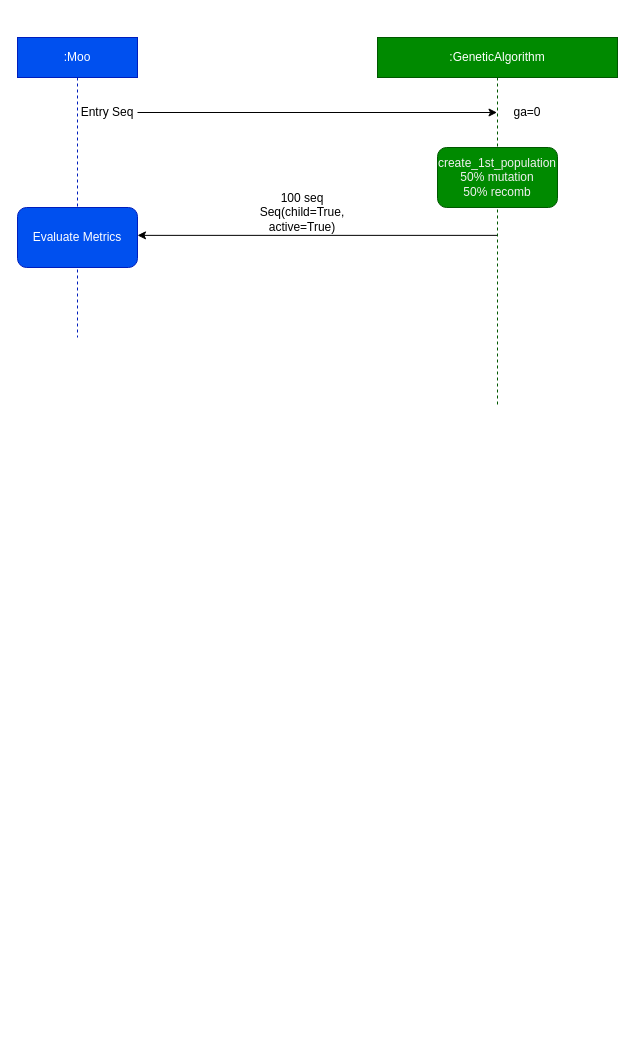
Earlier version of the draw.io diagram docs/algorithm_flow.dio (AlbertCS/multiObjectiveOptimizationDesign). Source tidied: cells renumbered, new cells numbered last; positions are measured from the earlier drawing's top-left corner, leaving out a move shared by most shapes. Both pictures are drawn from the tidied source at 100%, with x=0, y=0 at pixel (17, 37).
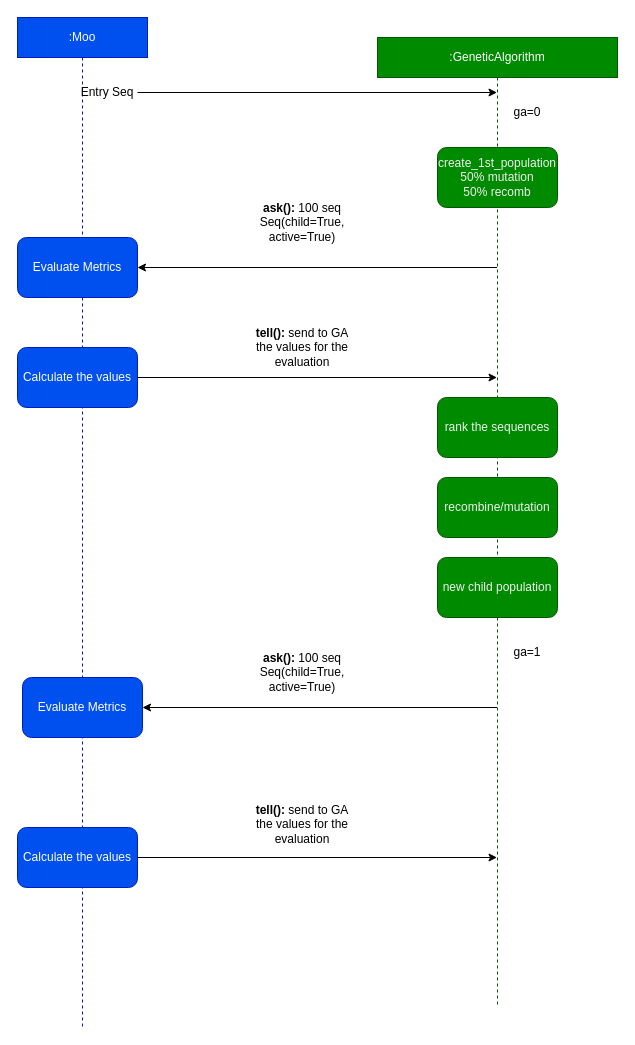
The same diagram, later.

Commit message (it also covers changes not shown here):
Updated GA and MOO: + Added optimizers module for including GA + First iteration of the moo + Updated the flow algorithm

The edit, as a diff of the source:
```diff
@@
-    <mxCell id="2" style="edgeStyle=none;html=1;" parent="1" edge="1" source="3" target="8">
-      <mxGeometry relative="1" as="geometry" />
-    </mxCell>
     <mxCell id="3" value=":GeneticAlgorithm" style="shape=umlLifeline;perimeter=lifelinePerimeter;whiteSpace=wrap;html=1;outlineConnect=0;fillColor=#008a00;fontColor=#ffffff;strokeColor=#005700;" parent="1" vertex="1">
-      <mxGeometry x="360" width="240" height="370" as="geometry" />
+      <mxGeometry x="360" width="240" height="970" as="geometry" />
     </mxCell>
@@
+    <mxCell id="11" value="&lt;span style=&quot;color: rgb(240, 240, 240); font-family: Helvetica; font-size: 12px; font-style: normal; font-variant-ligatures: normal; font-variant-caps: normal; font-weight: 400; letter-spacing: normal; orphans: 2; text-align: center; text-indent: 0px; text-transform: none; widows: 2; word-spacing: 0px; -webkit-text-stroke-width: 0px; text-decoration-thickness: initial; text-decoration-style: initial; text-decoration-color: initial; float: none; display: inline !important;&quot;&gt;rank the sequences&lt;/span&gt;" style="rounded=1;whiteSpace=wrap;html=1;fillColor=#008a00;fontColor=#ffffff;strokeColor=#005700;" parent="3" vertex="1">
+      <mxGeometry x="60" y="360" width="120" height="60" as="geometry" />
+    </mxCell>
+    <mxCell id="12" value="&lt;span style=&quot;color: rgb(240, 240, 240); font-family: Helvetica; font-size: 12px; font-style: normal; font-variant-ligatures: normal; font-variant-caps: normal; font-weight: 400; letter-spacing: normal; orphans: 2; text-align: center; text-indent: 0px; text-transform: none; widows: 2; word-spacing: 0px; -webkit-text-stroke-width: 0px; text-decoration-thickness: initial; text-decoration-style: initial; text-decoration-color: initial; float: none; display: inline !important;&quot;&gt;recombine/mutation&lt;/span&gt;" style="rounded=1;whiteSpace=wrap;html=1;fillColor=#008a00;fontColor=#ffffff;strokeColor=#005700;" parent="3" vertex="1">
+      <mxGeometry x="60" y="440" width="120" height="60" as="geometry" />
+    </mxCell>
+    <mxCell id="13" value="&lt;span style=&quot;color: rgb(240, 240, 240); font-family: Helvetica; font-size: 12px; font-style: normal; font-variant-ligatures: normal; font-variant-caps: normal; font-weight: 400; letter-spacing: normal; orphans: 2; text-align: center; text-indent: 0px; text-transform: none; widows: 2; word-spacing: 0px; -webkit-text-stroke-width: 0px; text-decoration-thickness: initial; text-decoration-style: initial; text-decoration-color: initial; float: none; display: inline !important;&quot;&gt;new child population&lt;/span&gt;" style="rounded=1;whiteSpace=wrap;html=1;fillColor=#008a00;fontColor=#ffffff;strokeColor=#005700;" parent="3" vertex="1">
+      <mxGeometry x="60" y="520" width="120" height="60" as="geometry" />
+    </mxCell>
+    <mxCell id="14" value="ga=1" style="text;html=1;strokeColor=none;fillColor=none;align=center;verticalAlign=middle;whiteSpace=wrap;rounded=0;" parent="3" vertex="1">
+      <mxGeometry x="120" y="600" width="60" height="30" as="geometry" />
+    </mxCell>
     <mxCell id="6" value=":Moo" style="shape=umlLifeline;perimeter=lifelinePerimeter;whiteSpace=wrap;html=1;fillColor=#0050ef;fontColor=#ffffff;strokeColor=#001DBC;" parent="1" vertex="1">
-      <mxGeometry width="120" height="300" as="geometry" />
+      <mxGeometry y="-20" width="130" height="1010" as="geometry" />
     </mxCell>
@@
     <mxCell id="8" value="Evaluate Metrics" style="rounded=1;whiteSpace=wrap;html=1;fillColor=#0050ef;fontColor=#ffffff;strokeColor=#001DBC;" parent="6" vertex="1">
-      <mxGeometry y="170" width="120" height="60" as="geometry" />
+      <mxGeometry y="220" width="120" height="60" as="geometry" />
     </mxCell>
+    <mxCell id="15" value="Calculate the values" style="rounded=1;whiteSpace=wrap;html=1;fillColor=#0050ef;fontColor=#ffffff;strokeColor=#001DBC;" parent="6" vertex="1">
+      <mxGeometry y="330" width="120" height="60" as="geometry" />
+    </mxCell>
+    <mxCell id="16" value="Evaluate Metrics" style="rounded=1;whiteSpace=wrap;html=1;fillColor=#0050ef;fontColor=#ffffff;strokeColor=#001DBC;" parent="6" vertex="1">
+      <mxGeometry x="5" y="660" width="120" height="60" as="geometry" />
+    </mxCell>
+    <mxCell id="17" value="Calculate the values" style="rounded=1;whiteSpace=wrap;html=1;fillColor=#0050ef;fontColor=#ffffff;strokeColor=#001DBC;" parent="6" vertex="1">
+      <mxGeometry y="810" width="120" height="60" as="geometry" />
+    </mxCell>
@@
-    <mxCell id="10" value="100 seq&lt;br&gt;Seq(child=True, active=True)" style="text;html=1;strokeColor=none;fillColor=none;align=center;verticalAlign=middle;whiteSpace=wrap;rounded=0;" parent="1" vertex="1">
-      <mxGeometry x="230" y="150" width="110" height="50" as="geometry" />
+    <mxCell id="10" value="&lt;b&gt;ask():&amp;nbsp;&lt;/b&gt;100 seq&lt;br&gt;Seq(child=True, active=True)" style="text;html=1;strokeColor=none;fillColor=none;align=center;verticalAlign=middle;whiteSpace=wrap;rounded=0;" parent="1" vertex="1">
+      <mxGeometry x="230" y="160" width="110" height="50" as="geometry" />
     </mxCell>
+    <mxCell id="18" style="edgeStyle=none;html=1;" parent="1" edge="1" source="15" target="3">
+      <mxGeometry relative="1" as="geometry" />
+    </mxCell>
+    <mxCell id="19" value="&lt;b&gt;tell():&lt;/b&gt;&amp;nbsp;send to GA the values for the evaluation" style="text;html=1;strokeColor=none;fillColor=none;align=center;verticalAlign=middle;whiteSpace=wrap;rounded=0;" parent="1" vertex="1">
+      <mxGeometry x="230" y="290" width="110" height="40" as="geometry" />
+    </mxCell>
+    <mxCell id="20" value="&lt;b&gt;ask():&amp;nbsp;&lt;/b&gt;100 seq&lt;br&gt;Seq(child=True, active=True)" style="text;html=1;strokeColor=none;fillColor=none;align=center;verticalAlign=middle;whiteSpace=wrap;rounded=0;" parent="1" vertex="1">
+      <mxGeometry x="230" y="610" width="110" height="50" as="geometry" />
+    </mxCell>
+    <mxCell id="21" style="endArrow=classic;html=1;entryX=1;entryY=0.5;entryDx=0;entryDy=0;" parent="1" edge="1" source="3" target="16">
+      <mxGeometry relative="1" as="geometry" />
+    </mxCell>
+    <mxCell id="2" style="endArrow=classic;html=1;entryX=1;entryY=0.5;entryDx=0;entryDy=0;" parent="1" edge="1" source="3" target="8">
+      <mxGeometry relative="1" as="geometry" />
+    </mxCell>
+    <mxCell id="22" value="&lt;b&gt;tell():&lt;/b&gt;&amp;nbsp;send to GA the values for the evaluation" style="text;html=1;strokeColor=none;fillColor=none;align=center;verticalAlign=middle;whiteSpace=wrap;rounded=0;" parent="1" vertex="1">
+      <mxGeometry x="230" y="767" width="110" height="40" as="geometry" />
+    </mxCell>
+    <mxCell id="23" style="endArrow=classic;html=1;exitX=1;exitY=0.5;exitDx=0;exitDy=0;" parent="1" edge="1" source="17" target="3">
+      <mxGeometry relative="1" as="geometry" />
+    </mxCell>
```
